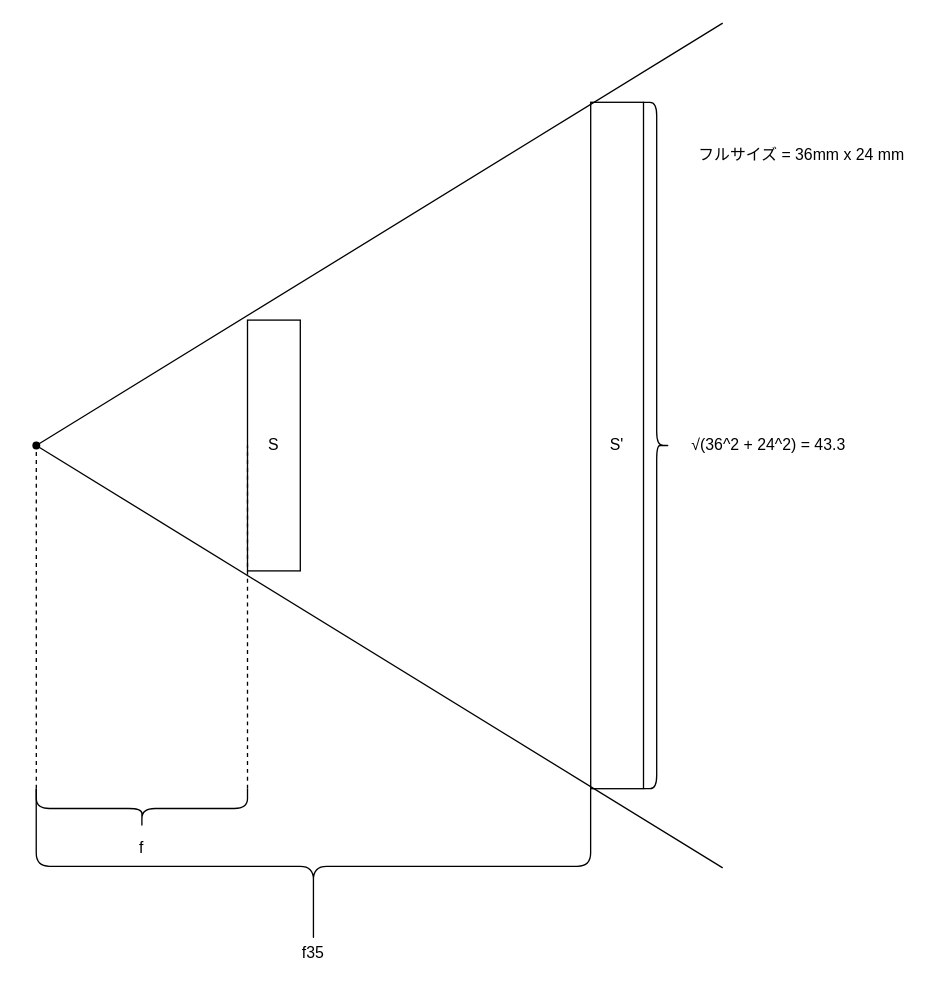
Ryota-Cy/ImageProcessTraining keeps this draw.io diagram as doc/pic/f35.drawio. Above is the earlier version. Source tidied: cells renumbered, new cells numbered last; positions are measured from the earlier drawing's top-left corner, leaving out a move shared by most shapes. Both pictures are drawn from the tidied source at 132%, with x=0, y=0 at pixel (22, 22).
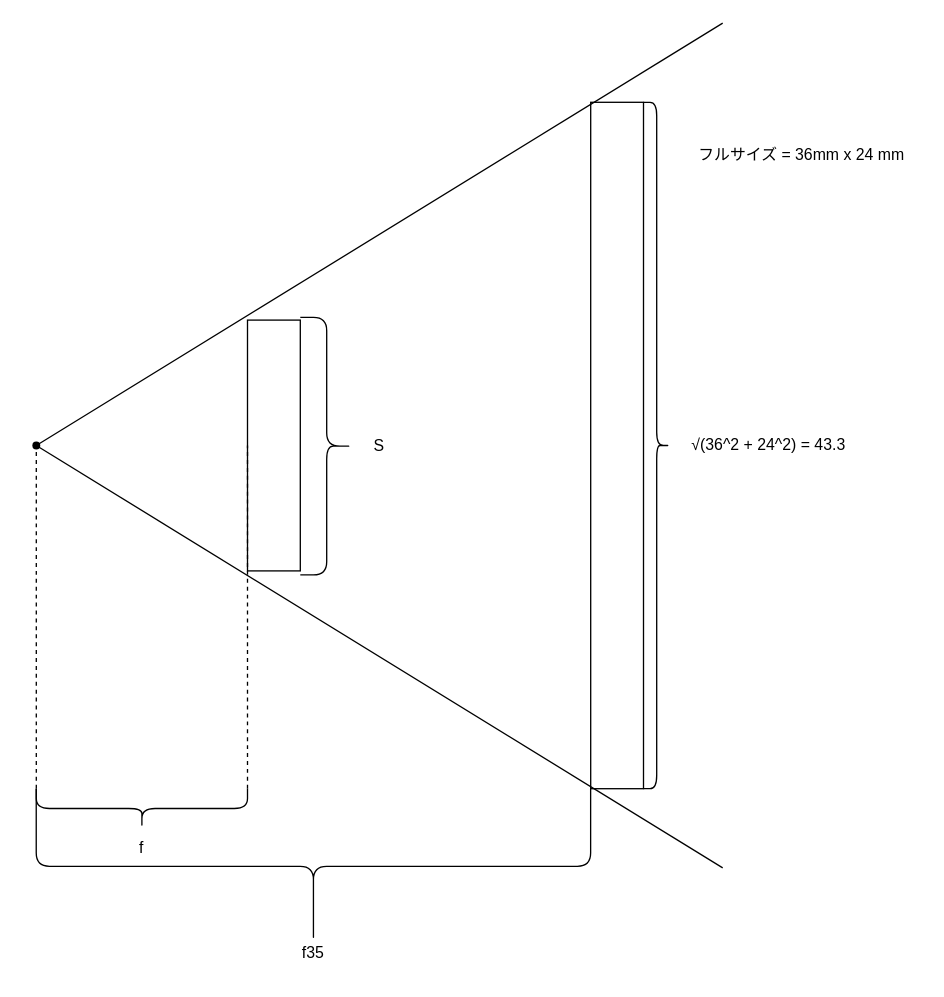
After the change.

Commit message (it also covers changes not shown here):
f35.drawio を更新します

Diff of the diagram source:
```diff
@@
-    <mxCell id="4" value="S" style="rounded=0;whiteSpace=wrap;html=1;" parent="1" vertex="1">
+    <mxCell id="4" style="rounded=0;whiteSpace=wrap;html=1;" parent="1" vertex="1">
       <mxGeometry x="170" y="225" width="40" height="190" as="geometry" />
     </mxCell>
-    <mxCell id="5" value="S'" style="rounded=0;whiteSpace=wrap;html=1;" parent="1" vertex="1">
+    <mxCell id="5" style="rounded=0;whiteSpace=wrap;html=1;" parent="1" vertex="1">
       <mxGeometry x="430" y="60" width="40" height="520" as="geometry" />
     </mxCell>
@@
+    <mxCell id="16" style="shape=curlyBracket;whiteSpace=wrap;html=1;rounded=1;flipH=1;labelPosition=right;verticalLabelPosition=middle;align=left;verticalAlign=middle;" parent="1" vertex="1">
+      <mxGeometry x="210" y="223" width="40" height="195" as="geometry" />
+    </mxCell>
+    <mxCell id="17" value="S" style="text;html=1;align=center;verticalAlign=middle;whiteSpace=wrap;rounded=0;" parent="1" vertex="1">
+      <mxGeometry x="240" y="305.5" width="60" height="30" as="geometry" />
+    </mxCell>
```
